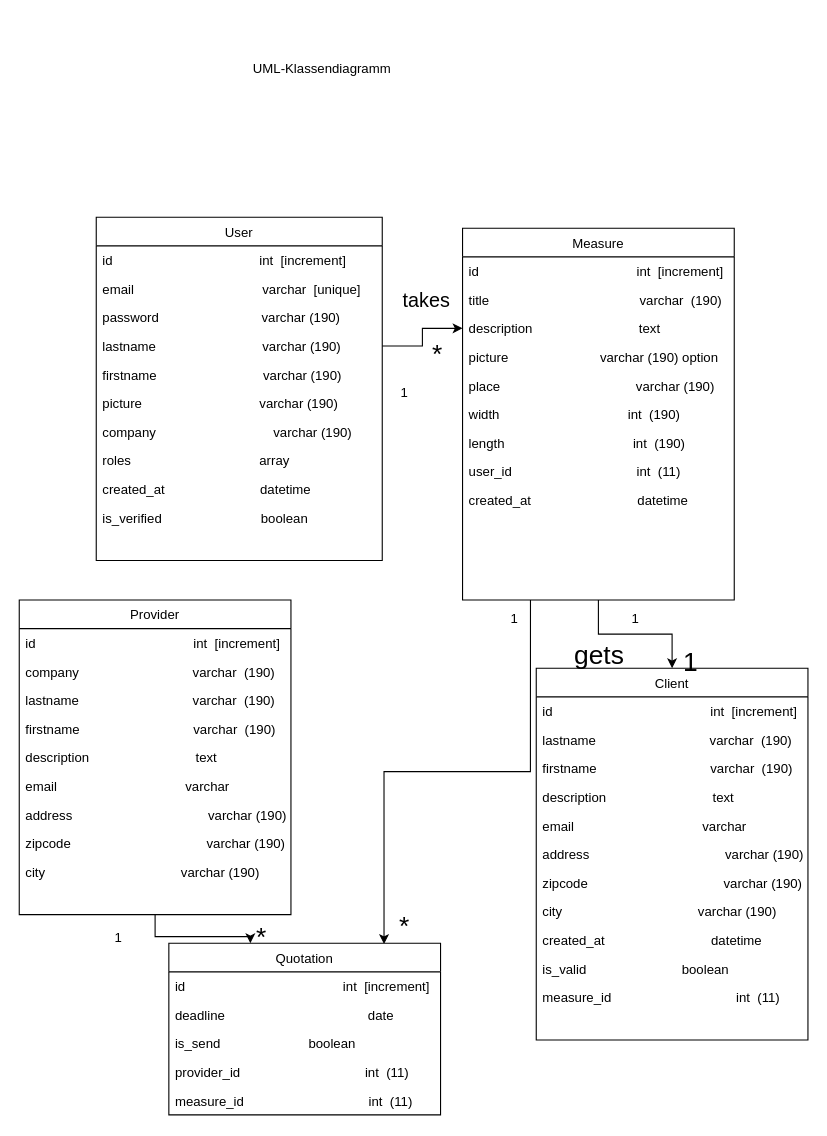
cyrisa02/diagrammes-UML keeps this draw.io diagram as vermessung_raumen/UML-Klassendiagramm .drawio. Above is the earlier version. Source tidied: cells renumbered, new cells numbered last; positions are measured from the earlier drawing's top-left corner, leaving out a move shared by most shapes. Both pictures are drawn from the tidied source at 110%, with x=0, y=0 at pixel (19, 52).
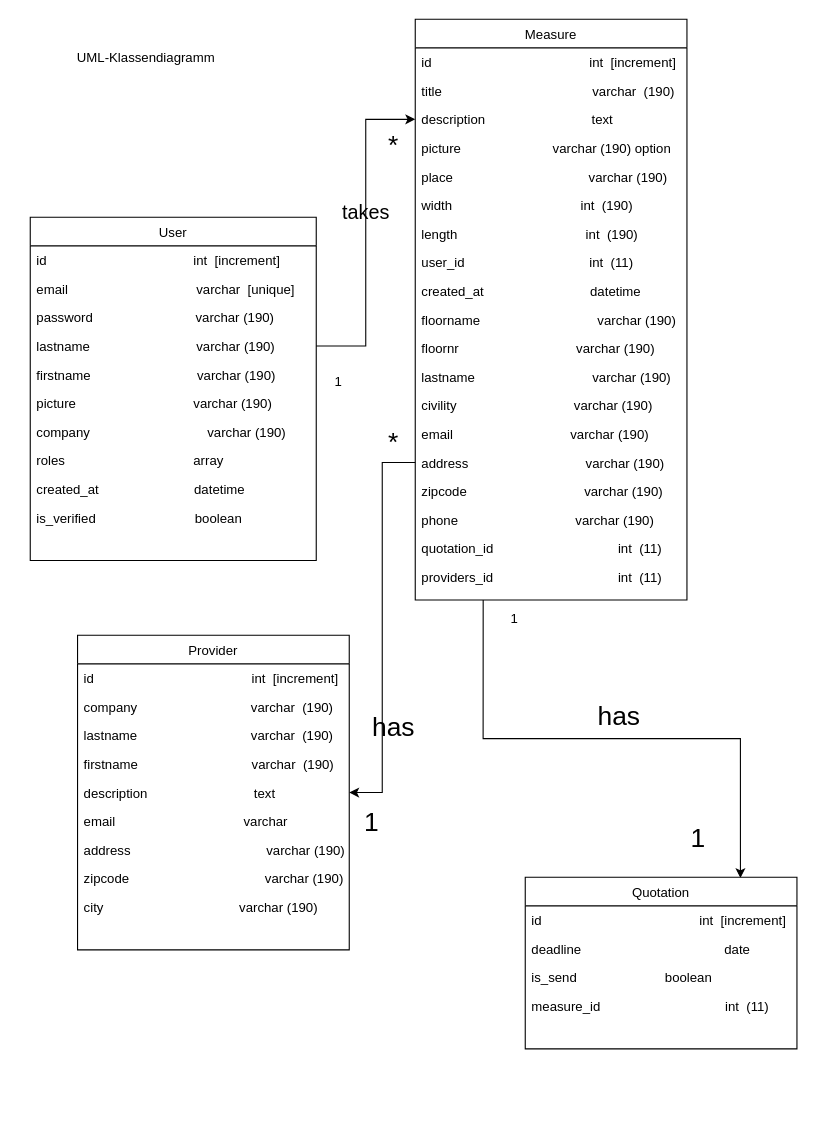
The same page after the edit.

Commit message:
Mettre à jour UML-Klassendiagramm .drawio

The edit, as a diff of the source:
```diff
@@
     <mxCell id="2" value="User" style="swimlane;fontStyle=0;align=center;verticalAlign=top;horizontal=1;startSize=26;rounded=0;shadow=0;strokeWidth=1;" parent="1" vertex="1">
-      <mxGeometry x="70" y="150" width="260" height="312" as="geometry" />
+      <mxGeometry x="10" y="150" width="260" height="312" as="geometry" />
     </mxCell>
@@
-    <mxCell id="13" style="edgeStyle=orthogonalEdgeStyle;rounded=0;jettySize=auto;html=1;exitX=0.5;exitY=1;exitDx=0;exitDy=0;entryX=0.5;entryY=0;entryDx=0;entryDy=0;" parent="1" edge="1" source="15" target="30">
-      <mxGeometry relative="1" as="geometry" />
-    </mxCell>
@@
     <mxCell id="15" value="Measure" style="swimlane;fontStyle=0;align=center;verticalAlign=top;horizontal=1;startSize=26;rounded=0;shadow=0;strokeWidth=1;" parent="1" vertex="1">
-      <mxGeometry x="403" y="160" width="247" height="338" as="geometry" />
+      <mxGeometry x="360" y="-30" width="247" height="528" as="geometry" />
     </mxCell>
@@
+    <mxCell id="66" value="floorname                                varchar (190)" style="text;align=left;verticalAlign=top;spacingLeft=4;spacingRight=4;overflow=hidden;" parent="15" vertex="1">
+      <mxGeometry y="260" width="247" height="26" as="geometry" />
+    </mxCell>
+    <mxCell id="67" value="floornr                                varchar (190)" style="text;align=left;verticalAlign=top;spacingLeft=4;spacingRight=4;overflow=hidden;" parent="15" vertex="1">
+      <mxGeometry y="286" width="247" height="26" as="geometry" />
+    </mxCell>
+    <mxCell id="32" value="lastname                                varchar (190)" style="text;align=left;verticalAlign=top;spacingLeft=4;spacingRight=4;overflow=hidden;" parent="15" vertex="1">
+      <mxGeometry y="312" width="247" height="26" as="geometry" />
+    </mxCell>
+    <mxCell id="68" value="civility                                varchar (190)" style="text;align=left;verticalAlign=top;spacingLeft=4;spacingRight=4;overflow=hidden;" parent="15" vertex="1">
+      <mxGeometry y="338" width="247" height="26" as="geometry" />
+    </mxCell>
+    <mxCell id="69" value="email                                varchar (190)" style="text;align=left;verticalAlign=top;spacingLeft=4;spacingRight=4;overflow=hidden;" parent="15" vertex="1">
+      <mxGeometry y="364" width="247" height="26" as="geometry" />
+    </mxCell>
+    <mxCell id="36" value="address                                varchar (190)" style="text;align=left;verticalAlign=top;spacingLeft=4;spacingRight=4;overflow=hidden;points=[[0,0.5],[1,0.5]];portConstraint=eastwest;" parent="15" vertex="1">
+      <mxGeometry y="390" width="247" height="26" as="geometry" />
+    </mxCell>
+    <mxCell id="37" value="zipcode                                varchar (190)" style="text;align=left;verticalAlign=top;spacingLeft=4;spacingRight=4;overflow=hidden;" parent="15" vertex="1">
+      <mxGeometry y="416" width="247" height="26" as="geometry" />
+    </mxCell>
+    <mxCell id="70" value="phone                                varchar (190)" style="text;align=left;verticalAlign=top;spacingLeft=4;spacingRight=4;overflow=hidden;" parent="15" vertex="1">
+      <mxGeometry y="442" width="247" height="26" as="geometry" />
+    </mxCell>
+    <mxCell id="71" value="quotation_id                                  int  (11)" style="text;align=left;verticalAlign=top;spacingLeft=4;spacingRight=4;overflow=hidden;" parent="15" vertex="1">
+      <mxGeometry y="468" width="247" height="26" as="geometry" />
+    </mxCell>
+    <mxCell id="72" value="providers_id                                  int  (11)" style="text;align=left;verticalAlign=top;spacingLeft=4;spacingRight=4;overflow=hidden;" parent="15" vertex="1">
+      <mxGeometry y="494" width="247" height="26" as="geometry" />
+    </mxCell>
@@
     <mxCell id="26" value="*" style="text;html=1;align=center;verticalAlign=middle;fillColor=none;strokeColor=none;rounded=0;fontSize=24;" parent="1" vertex="1">
-      <mxGeometry x="370" y="260" width="20" height="30" as="geometry" />
+      <mxGeometry x="330" y="70" width="20" height="30" as="geometry" />
     </mxCell>
     <mxCell id="27" value="1" style="text;html=1;align=center;verticalAlign=middle;fillColor=none;strokeColor=none;rounded=0;" parent="1" vertex="1">
-      <mxGeometry x="340" y="300" width="20" height="20" as="geometry" />
+      <mxGeometry x="280" y="290" width="20" height="20" as="geometry" />
     </mxCell>
     <mxCell id="28" value="UML-Klassendiagramm" style="text;html=1;align=center;verticalAlign=middle;fillColor=none;strokeColor=none;rounded=0;" parent="1" vertex="1">
-      <mxGeometry x="200" width="150" height="30" as="geometry" />
+      <mxGeometry x="40" y="-10" width="150" height="30" as="geometry" />
     </mxCell>
     <mxCell id="29" value="&lt;font style=&quot;font-size: 18px;&quot;&gt;takes&lt;/font&gt;" style="text;html=1;align=center;verticalAlign=middle;fillColor=none;strokeColor=none;rounded=0;fontSize=48;" parent="1" vertex="1">
-      <mxGeometry x="335" y="180" width="70" height="70" as="geometry" />
+      <mxGeometry x="280" y="100" width="70" height="70" as="geometry" />
     </mxCell>
-    <mxCell id="30" value="Client" style="swimlane;fontStyle=0;align=center;verticalAlign=top;horizontal=1;startSize=26;rounded=0;shadow=0;strokeWidth=1;" parent="1" vertex="1">
-      <mxGeometry x="470" y="560" width="247" height="338" as="geometry" />
-    </mxCell>
-    <mxCell id="31" value="id                                           int  [increment]" style="text;align=left;verticalAlign=top;spacingLeft=4;spacingRight=4;overflow=hidden;" parent="30" vertex="1">
-      <mxGeometry y="26" width="247" height="26" as="geometry" />
-    </mxCell>
-    <mxCell id="32" value="lastname                               varchar  (190)" style="text;align=left;verticalAlign=top;spacingLeft=4;spacingRight=4;overflow=hidden;" parent="30" vertex="1">
-      <mxGeometry y="52" width="247" height="26" as="geometry" />
-    </mxCell>
-    <mxCell id="33" value="firstname                               varchar  (190)" style="text;align=left;verticalAlign=top;spacingLeft=4;spacingRight=4;overflow=hidden;" parent="30" vertex="1">
-      <mxGeometry y="78" width="247" height="26" as="geometry" />
-    </mxCell>
-    <mxCell id="34" value="description                             text" style="text;align=left;verticalAlign=top;spacingLeft=4;spacingRight=4;overflow=hidden;" parent="30" vertex="1">
-      <mxGeometry y="104" width="247" height="26" as="geometry" />
-    </mxCell>
-    <mxCell id="35" value="email                                   varchar  " style="text;align=left;verticalAlign=top;spacingLeft=4;spacingRight=4;overflow=hidden;" parent="30" vertex="1">
-      <mxGeometry y="130" width="247" height="26" as="geometry" />
-    </mxCell>
-    <mxCell id="36" value="address                                     varchar (190)" style="text;align=left;verticalAlign=top;spacingLeft=4;spacingRight=4;overflow=hidden;points=[[0,0.5],[1,0.5]];portConstraint=eastwest;" parent="30" vertex="1">
-      <mxGeometry y="156" width="247" height="26" as="geometry" />
-    </mxCell>
-    <mxCell id="37" value="zipcode                                     varchar (190)" style="text;align=left;verticalAlign=top;spacingLeft=4;spacingRight=4;overflow=hidden;" parent="30" vertex="1">
-      <mxGeometry y="182" width="247" height="26" as="geometry" />
-    </mxCell>
-    <mxCell id="38" value="city                                     varchar (190)" style="text;align=left;verticalAlign=top;spacingLeft=4;spacingRight=4;overflow=hidden;" parent="30" vertex="1">
-      <mxGeometry y="208" width="247" height="26" as="geometry" />
-    </mxCell>
-    <mxCell id="39" value="created_at                             datetime" style="text;align=left;verticalAlign=top;spacingLeft=4;spacingRight=4;overflow=hidden;" parent="30" vertex="1">
-      <mxGeometry y="234" width="247" height="26" as="geometry" />
-    </mxCell>
-    <mxCell id="40" value="is_valid                          boolean" style="text;align=left;verticalAlign=top;spacingLeft=4;spacingRight=4;overflow=hidden;" parent="30" vertex="1">
-      <mxGeometry y="260" width="247" height="26" as="geometry" />
-    </mxCell>
-    <mxCell id="41" value="measure_id                                  int  (11)" style="text;align=left;verticalAlign=top;spacingLeft=4;spacingRight=4;overflow=hidden;" parent="30" vertex="1">
-      <mxGeometry y="286" width="247" height="26" as="geometry" />
-    </mxCell>
-    <mxCell id="42" value="1" style="text;html=1;align=center;verticalAlign=middle;fillColor=none;strokeColor=none;rounded=0;" parent="1" vertex="1">
-      <mxGeometry x="550" y="505" width="20" height="20" as="geometry" />
-    </mxCell>
-    <mxCell id="43" value="1" style="text;html=1;align=center;verticalAlign=middle;fillColor=none;strokeColor=none;rounded=0;fontSize=24;" parent="1" vertex="1">
-      <mxGeometry x="590" y="535" width="40" height="40" as="geometry" />
-    </mxCell>
-    <mxCell id="44" value="&lt;font style=&quot;font-size: 24px;&quot;&gt;gets&lt;/font&gt;" style="text;html=1;align=center;verticalAlign=middle;fillColor=none;strokeColor=none;rounded=0;fontSize=48;" parent="1" vertex="1">
-      <mxGeometry x="491.5" y="505" width="70" height="70" as="geometry" />
-    </mxCell>
-    <mxCell id="45" style="edgeStyle=orthogonalEdgeStyle;rounded=0;jettySize=auto;html=1;exitX=0.5;exitY=1;exitDx=0;exitDy=0;entryX=0.3;entryY=0;entryDx=0;entryDy=0;entryPerimeter=0;fontSize=24;" parent="1" edge="1" source="46" target="56">
-      <mxGeometry relative="1" as="geometry" />
-    </mxCell>
     <mxCell id="46" value="Provider" style="swimlane;fontStyle=0;align=center;verticalAlign=top;horizontal=1;startSize=26;rounded=0;shadow=0;strokeWidth=1;" parent="1" vertex="1">
-      <mxGeometry y="498" width="247" height="286" as="geometry" />
+      <mxGeometry x="53" y="530" width="247" height="286" as="geometry" />
     </mxCell>
@@
     <mxCell id="56" value="Quotation" style="swimlane;fontStyle=0;align=center;verticalAlign=top;horizontal=1;startSize=26;rounded=0;shadow=0;strokeWidth=1;" parent="1" vertex="1">
-      <mxGeometry x="136" y="810" width="247" height="156" as="geometry" />
+      <mxGeometry x="460" y="750" width="247" height="156" as="geometry" />
     </mxCell>
@@
-    <mxCell id="60" value="provider_id                                  int  (11)" style="text;align=left;verticalAlign=top;spacingLeft=4;spacingRight=4;overflow=hidden;" parent="56" vertex="1">
-      <mxGeometry y="104" width="247" height="26" as="geometry" />
-    </mxCell>
     <mxCell id="61" value="measure_id                                  int  (11)" style="text;align=left;verticalAlign=top;spacingLeft=4;spacingRight=4;overflow=hidden;" parent="56" vertex="1">
-      <mxGeometry y="130" width="247" height="26" as="geometry" />
+      <mxGeometry y="104" width="247" height="26" as="geometry" />
     </mxCell>
-    <mxCell id="62" value="*" style="text;html=1;align=center;verticalAlign=middle;fillColor=none;strokeColor=none;rounded=0;fontSize=24;" parent="1" vertex="1">
-      <mxGeometry x="340" y="780" width="20" height="30" as="geometry" />
+    <mxCell id="62" value="1" style="text;html=1;align=center;verticalAlign=middle;fillColor=none;strokeColor=none;rounded=0;fontSize=24;" parent="1" vertex="1">
+      <mxGeometry x="597" y="695" width="40" height="40" as="geometry" />
     </mxCell>
@@
+    <mxCell id="73" style="edgeStyle=orthogonalEdgeStyle;rounded=0;jettySize=auto;html=1;exitX=0;exitY=0.5;exitDx=0;exitDy=0;entryX=1;entryY=0.5;entryDx=0;entryDy=0;" parent="1" edge="1" source="36" target="46">
+      <mxGeometry relative="1" as="geometry" />
+    </mxCell>
+    <mxCell id="43" value="1" style="text;html=1;align=center;verticalAlign=middle;fillColor=none;strokeColor=none;rounded=0;fontSize=24;" parent="1" vertex="1">
+      <mxGeometry x="300" y="680" width="40" height="40" as="geometry" />
+    </mxCell>
     <mxCell id="64" value="*" style="text;html=1;align=center;verticalAlign=middle;fillColor=none;strokeColor=none;rounded=0;fontSize=24;" parent="1" vertex="1">
-      <mxGeometry x="210" y="790" width="20" height="30" as="geometry" />
+      <mxGeometry x="330" y="340" width="20" height="30" as="geometry" />
     </mxCell>
-    <mxCell id="65" value="1" style="text;html=1;align=center;verticalAlign=middle;fillColor=none;strokeColor=none;rounded=0;" parent="1" vertex="1">
-      <mxGeometry x="80" y="795" width="20" height="20" as="geometry" />
-    </mxCell>
+    <mxCell id="74" value="&lt;font style=&quot;font-size: 24px;&quot;&gt;has&lt;/font&gt;" style="text;html=1;align=center;verticalAlign=middle;fillColor=none;strokeColor=none;rounded=0;fontSize=48;" parent="1" vertex="1">
+      <mxGeometry x="515" y="560" width="60" height="70" as="geometry" />
+    </mxCell>
+    <mxCell id="75" value="&lt;font style=&quot;font-size: 24px;&quot;&gt;has&lt;/font&gt;" style="text;html=1;align=center;verticalAlign=middle;fillColor=none;strokeColor=none;rounded=0;fontSize=48;" parent="1" vertex="1">
+      <mxGeometry x="310" y="570" width="60" height="70" as="geometry" />
+    </mxCell>
```
